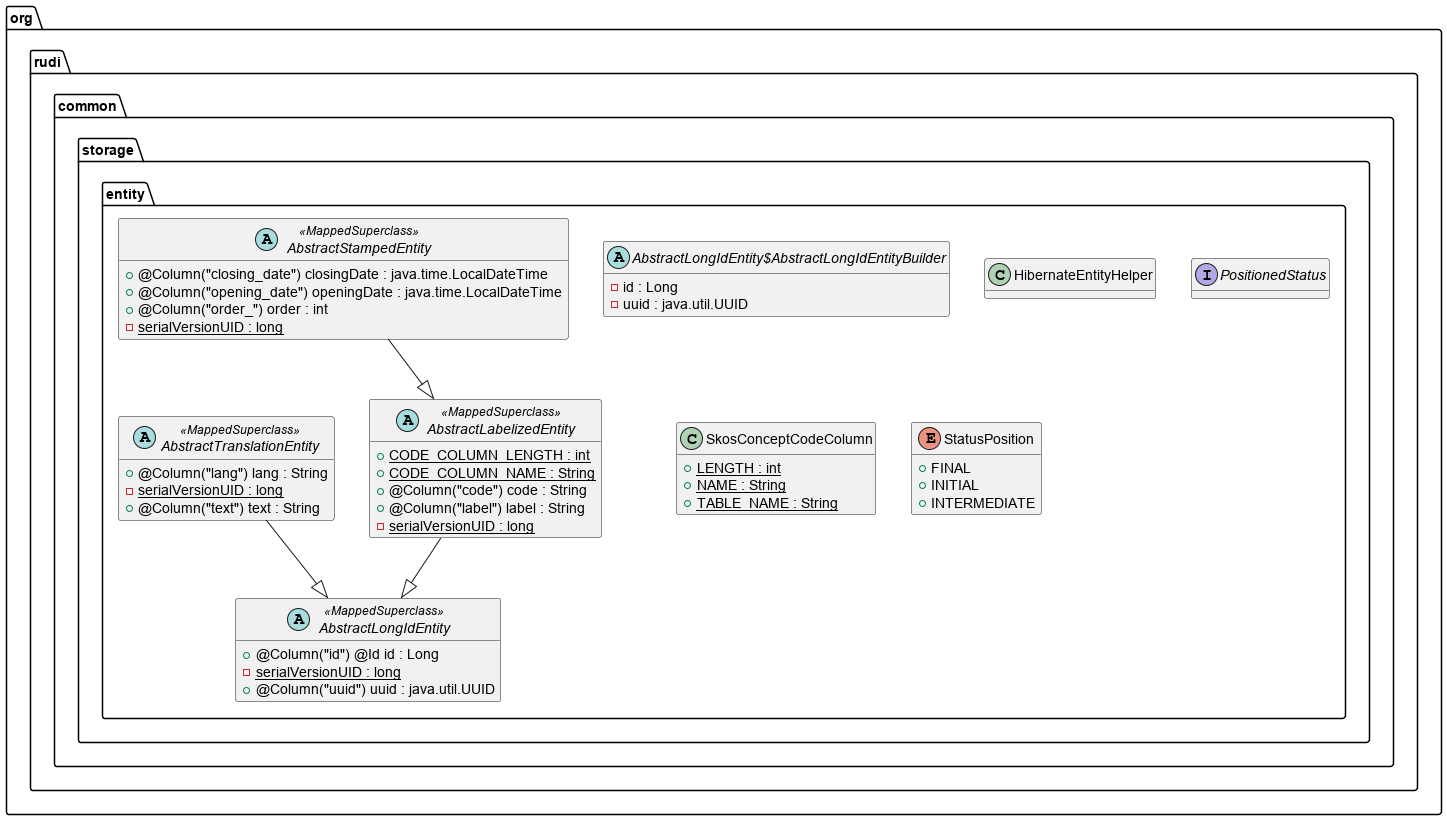
The PlantUML diagram rudi-common/readme/rudi-common-storage-entities.png in rudi-platform/rudi-portal, before a commit. Source of this version:
```plantuml
@startuml

abstract class org.rudi.common.storage.entity.AbstractLabelizedEntity <<MappedSuperclass>>  {
	{field} {static} +CODE_COLUMN_LENGTH : int
	{field} {static} +CODE_COLUMN_NAME : String
	{field} +@Column("code") code : String
	{field} +@Column("label") label : String
	{field} {static} -serialVersionUID : long
	{method} +equals ( paramObject1 : Object ) : boolean
	{method} +hashCode () : int
	{method} +toString () : String
}


abstract class org.rudi.common.storage.entity.AbstractLongIdEntity <<MappedSuperclass>>  {
	{field} +@Column("id") @Id id : Long
	{field} {static} -serialVersionUID : long
	{field} +@Column("uuid") uuid : java.util.UUID
	{method} +equals ( paramObject1 : Object ) : boolean
	{method} +hashCode () : int
	{method} +toString () : String
}


abstract class org.rudi.common.storage.entity.AbstractLongIdEntity$AbstractLongIdEntityBuilder {
	{field} -id : Long
	{field} -uuid : java.util.UUID
	{method}  {abstract} +build () : org.rudi.common.storage.entity.AbstractLongIdEntity
	{method} +id ( paramLong1 : Long ) : org.rudi.common.storage.entity.AbstractLongIdEntity$AbstractLongIdEntityBuilder
	{method}  {abstract} #self () : org.rudi.common.storage.entity.AbstractLongIdEntity$AbstractLongIdEntityBuilder
	{method} +toString () : String
	{method} +uuid ( paramUUID1 : java.util.UUID ) : org.rudi.common.storage.entity.AbstractLongIdEntity$AbstractLongIdEntityBuilder
}


abstract class org.rudi.common.storage.entity.AbstractStampedEntity <<MappedSuperclass>>  {
	{field} +@Column("closing_date") closingDate : java.time.LocalDateTime
	{field} +@Column("opening_date") openingDate : java.time.LocalDateTime
	{field} +@Column("order_") order : int
	{field} {static} -serialVersionUID : long
	{method} +equals ( paramObject1 : Object ) : boolean
	{method} +hashCode () : int
	{method} +toString () : String
}


abstract class org.rudi.common.storage.entity.AbstractTranslationEntity <<MappedSuperclass>>  {
	{field} +@Column("lang") lang : String
	{field} {static} -serialVersionUID : long
	{field} +@Column("text") text : String
	{method} +equals ( paramObject1 : Object ) : boolean
	{method} +hashCode () : int
	{method} +toString () : String
}


class org.rudi.common.storage.entity.HibernateEntityHelper {
	{method}  {static} +setCollection ( paramSupplier1 : java.util.function.Supplier , paramCollection2 : java.util.Collection ) : void
}


interface org.rudi.common.storage.entity.PositionedStatus {
	{method}  {abstract} +isFinal () : boolean
	{method}  {abstract} +isInitial () : boolean
}


class org.rudi.common.storage.entity.SkosConceptCodeColumn {
	{field} {static} +LENGTH : int
	{field} {static} +NAME : String
	{field} {static} +TABLE_NAME : String
}


enum org.rudi.common.storage.entity.StatusPosition {
	{field} +FINAL
	{field} +INITIAL
	{field} +INTERMEDIATE
}




org.rudi.common.storage.entity.AbstractLabelizedEntity --|>  org.rudi.common.storage.entity.AbstractLongIdEntity
org.rudi.common.storage.entity.AbstractStampedEntity --|>  org.rudi.common.storage.entity.AbstractLabelizedEntity
org.rudi.common.storage.entity.AbstractTranslationEntity --|>  org.rudi.common.storage.entity.AbstractLongIdEntity

hide methods

@enduml
```
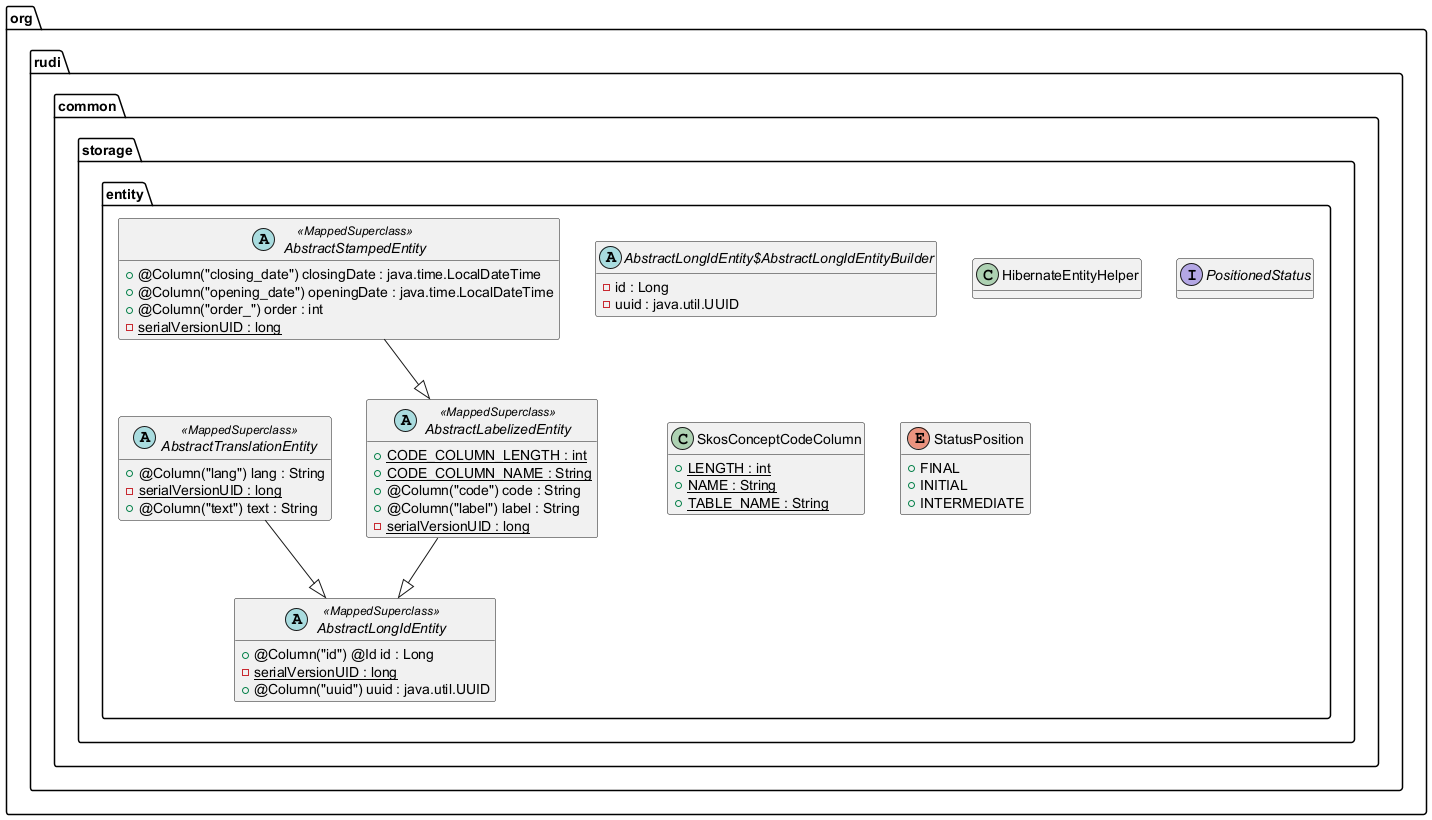
After the commit.

What changed in the source:
```diff
@@ -6,7 +6,7 @@
 	{field} +@Column("code") code : String
 	{field} +@Column("label") label : String
 	{field} {static} -serialVersionUID : long
-	{method} +equals ( paramObject1 : Object ) : boolean
+	{method} +equals ( obj : Object ) : boolean
 	{method} +hashCode () : int
 	{method} +toString () : String
 }
@@ -16,7 +16,7 @@
 	{field} +@Column("id") @Id id : Long
 	{field} {static} -serialVersionUID : long
 	{field} +@Column("uuid") uuid : java.util.UUID
-	{method} +equals ( paramObject1 : Object ) : boolean
+	{method} +equals ( obj : Object ) : boolean
 	{method} +hashCode () : int
 	{method} +toString () : String
 }
@@ -26,10 +26,10 @@
 	{field} -id : Long
 	{field} -uuid : java.util.UUID
 	{method}  {abstract} +build () : org.rudi.common.storage.entity.AbstractLongIdEntity
-	{method} +id ( paramLong1 : Long ) : org.rudi.common.storage.entity.AbstractLongIdEntity$AbstractLongIdEntityBuilder
+	{method} +id ( id : Long ) : org.rudi.common.storage.entity.AbstractLongIdEntity$AbstractLongIdEntityBuilder
 	{method}  {abstract} #self () : org.rudi.common.storage.entity.AbstractLongIdEntity$AbstractLongIdEntityBuilder
 	{method} +toString () : String
-	{method} +uuid ( paramUUID1 : java.util.UUID ) : org.rudi.common.storage.entity.AbstractLongIdEntity$AbstractLongIdEntityBuilder
+	{method} +uuid ( uuid : java.util.UUID ) : org.rudi.common.storage.entity.AbstractLongIdEntity$AbstractLongIdEntityBuilder
 }
 
 
@@ -38,7 +38,7 @@
 	{field} +@Column("opening_date") openingDate : java.time.LocalDateTime
 	{field} +@Column("order_") order : int
 	{field} {static} -serialVersionUID : long
-	{method} +equals ( paramObject1 : Object ) : boolean
+	{method} +equals ( obj : Object ) : boolean
 	{method} +hashCode () : int
 	{method} +toString () : String
 }
@@ -48,14 +48,14 @@
 	{field} +@Column("lang") lang : String
 	{field} {static} -serialVersionUID : long
 	{field} +@Column("text") text : String
-	{method} +equals ( paramObject1 : Object ) : boolean
+	{method} +equals ( obj : Object ) : boolean
 	{method} +hashCode () : int
 	{method} +toString () : String
 }
 
 
 class org.rudi.common.storage.entity.HibernateEntityHelper {
-	{method}  {static} +setCollection ( paramSupplier1 : java.util.function.Supplier , paramCollection2 : java.util.Collection ) : void
+	{method}  {static} +setCollection ( collectionGetter : java.util.function.Supplier , newCollection : java.util.Collection ) : void
 }
 
 
```
